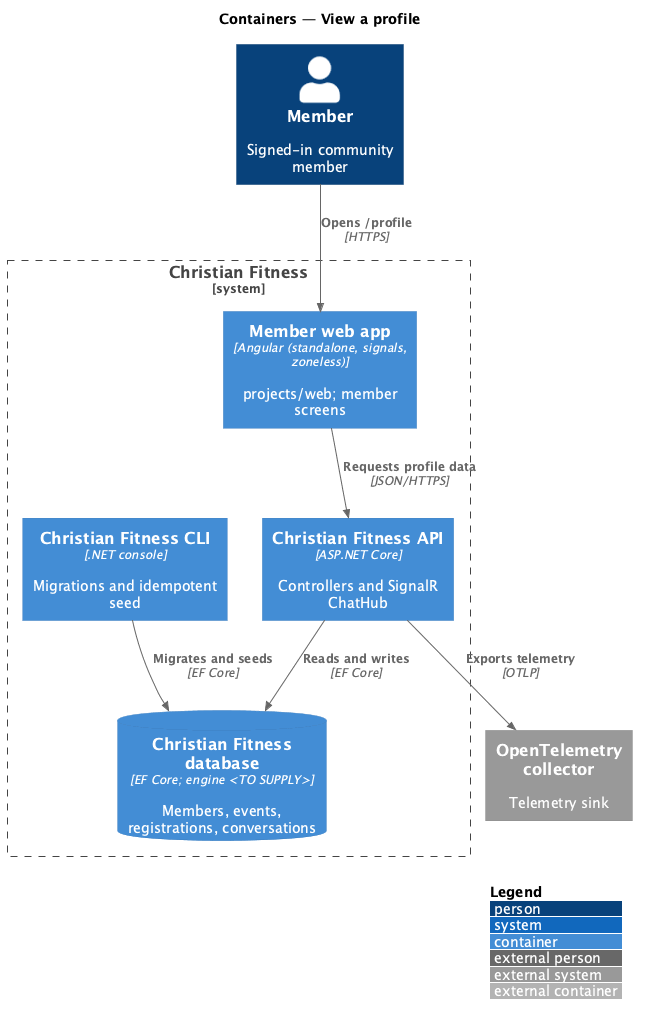
QuinntyneBrown/christian-fitness keeps this PlantUML diagram as docs/detailed-designs/member-profile/view-profile/diagrams/c4-container.png. Above is the earlier version. Source of this version:
```plantuml
@startuml
!include <C4/C4_Container>
LAYOUT_WITH_LEGEND()
title Containers — View a profile

Person(user, "Member", "Signed-in community member")
System_Boundary(cf, "Christian Fitness") {
  Container(web, "Member web app", "Angular (standalone, signals, zoneless)", "projects/web; member screens")
  Container(api, "Christian Fitness API", "ASP.NET Core", "Controllers and SignalR ChatHub")
  ContainerDb(db, "Christian Fitness database", "EF Core; engine <TO SUPPLY>", "Members, events, registrations, conversations")
  Container(cli, "Christian Fitness CLI", ".NET console", "Migrations and idempotent seed")
}
System_Ext(otel, "OpenTelemetry collector", "Telemetry sink")

Rel(user, web, "Opens /profile", "HTTPS")
Rel(web, api, "Requests profile data", "JSON/HTTPS")
Rel(api, db, "Reads and writes", "EF Core")
Rel(cli, db, "Migrates and seeds", "EF Core")
Rel(api, otel, "Exports telemetry", "OTLP")
@enduml
```
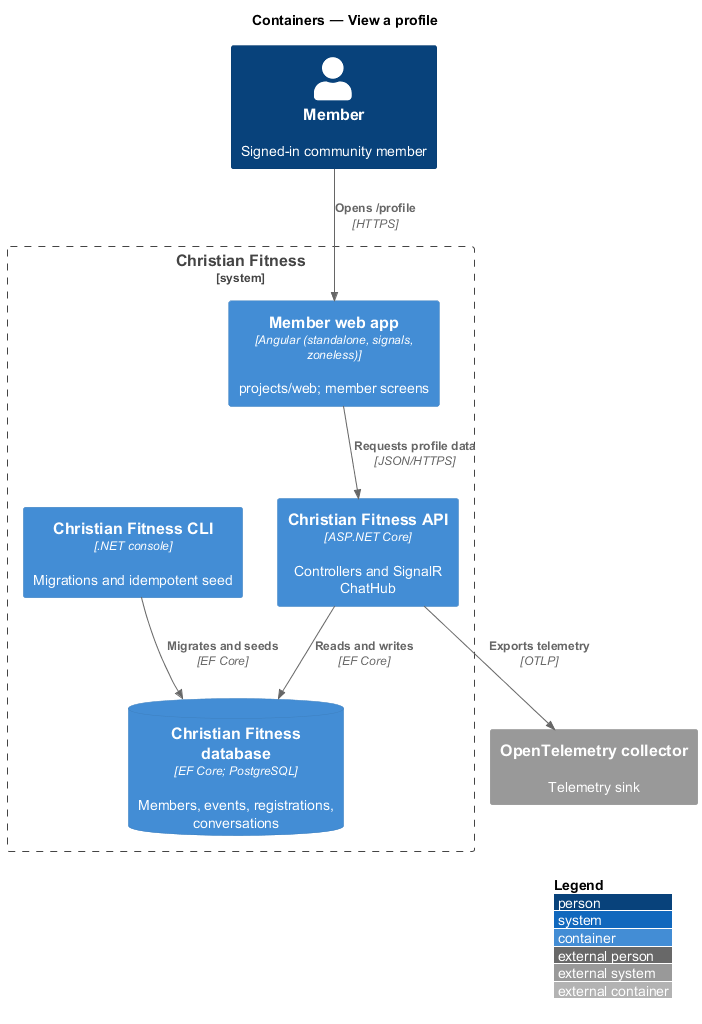
After the commit.

The edit, as a diff of the source:
```diff
@@ -7,7 +7,7 @@
 System_Boundary(cf, "Christian Fitness") {
   Container(web, "Member web app", "Angular (standalone, signals, zoneless)", "projects/web; member screens")
   Container(api, "Christian Fitness API", "ASP.NET Core", "Controllers and SignalR ChatHub")
-  ContainerDb(db, "Christian Fitness database", "EF Core; engine <TO SUPPLY>", "Members, events, registrations, conversations")
+  ContainerDb(db, "Christian Fitness database", "EF Core; PostgreSQL", "Members, events, registrations, conversations")
   Container(cli, "Christian Fitness CLI", ".NET console", "Migrations and idempotent seed")
 }
 System_Ext(otel, "OpenTelemetry collector", "Telemetry sink")
```
